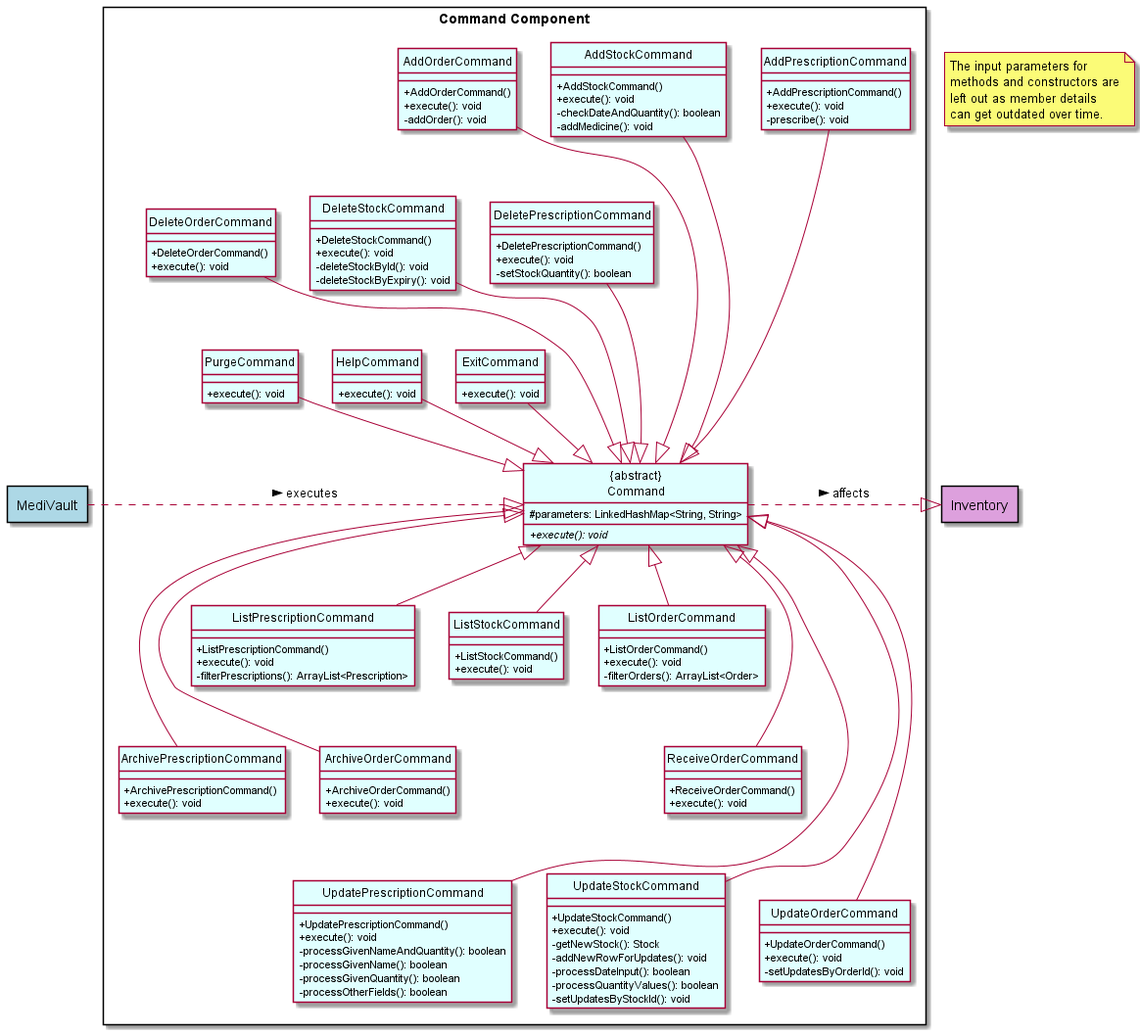
Before: docs/diagrams/diagram_images/CommandClassDiagram.png, a diagram exported from PlantUML (nus-cs2113-AY2122S1/tp).
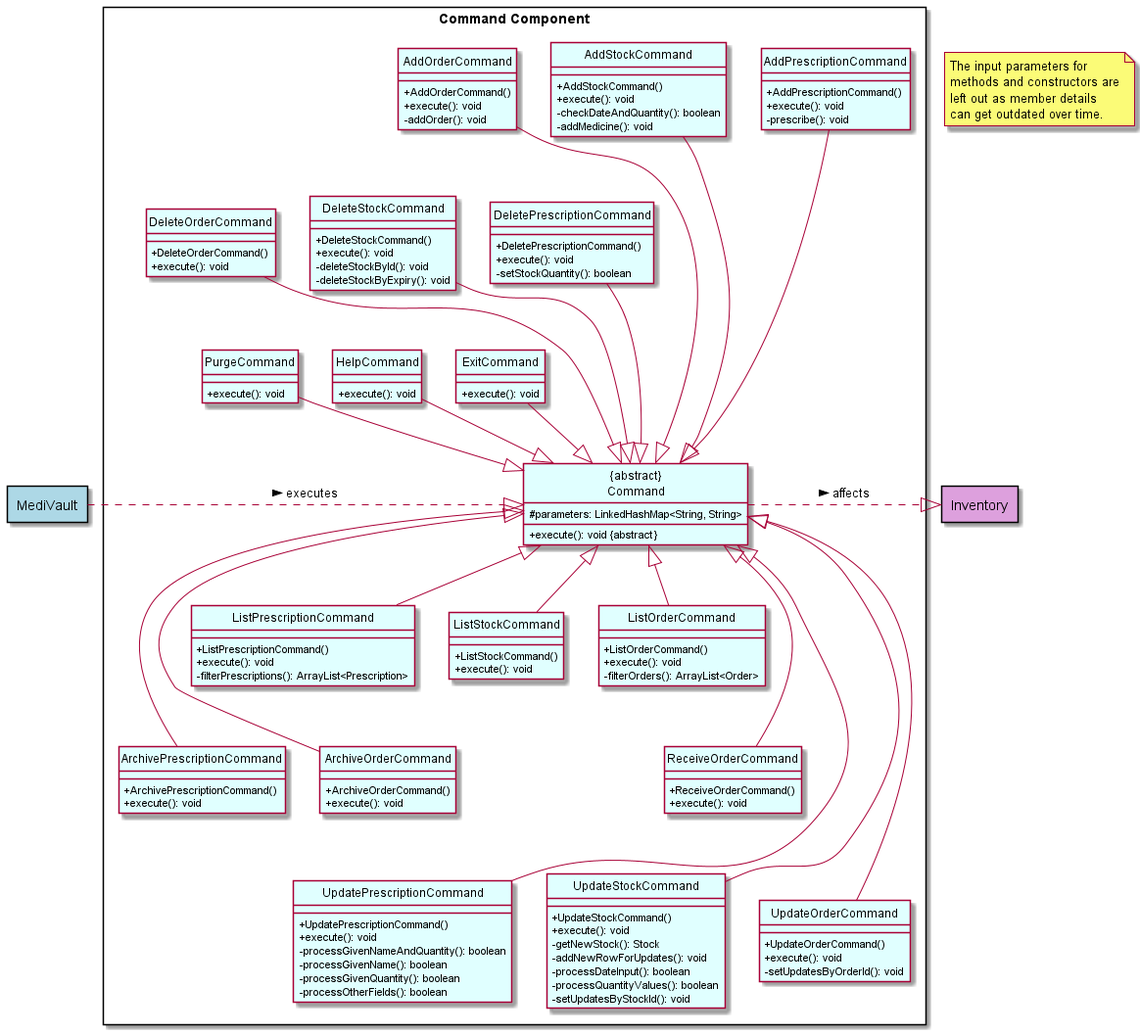
After the change.

Commit message:
Update command class diagram in DG

Diff of the diagram source:
```diff
@@ -1,6 +1,7 @@
 @startuml
 
 !include style.puml
+!define ABSTRACT &#123;abstract&#125;
 
 hide circle
 skinparam classAttributeIconSize 0
@@ -37,7 +38,7 @@
 
 class Command {
     #parameters: LinkedHashMap<String, String>
-    +execute(): void{abstract}
+    +execute(): void ABSTRACT
 }
 
 class AddPrescriptionCommand {
```
